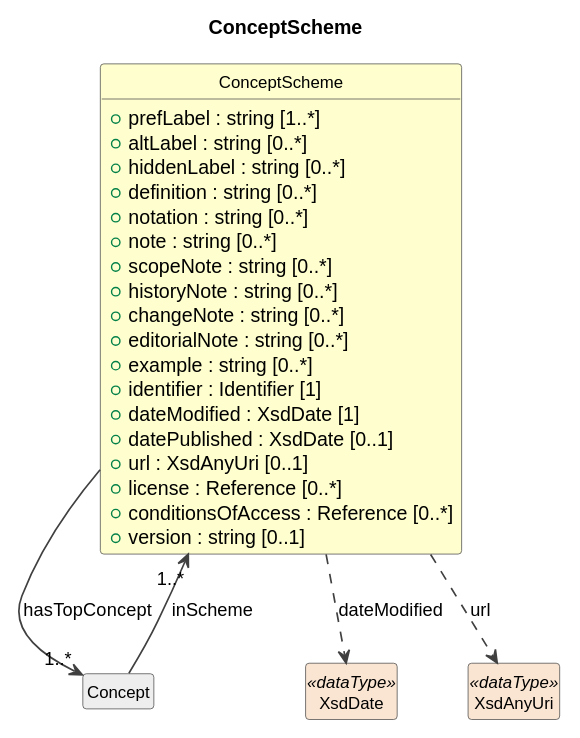
The PlantUML diagram cdif-uml-model/_plantuml/cdifCodelist/Classes/ConceptScheme.svg in Cross-Domain-Interoperability-Framework/metadataBuildingBlocks, before a commit.
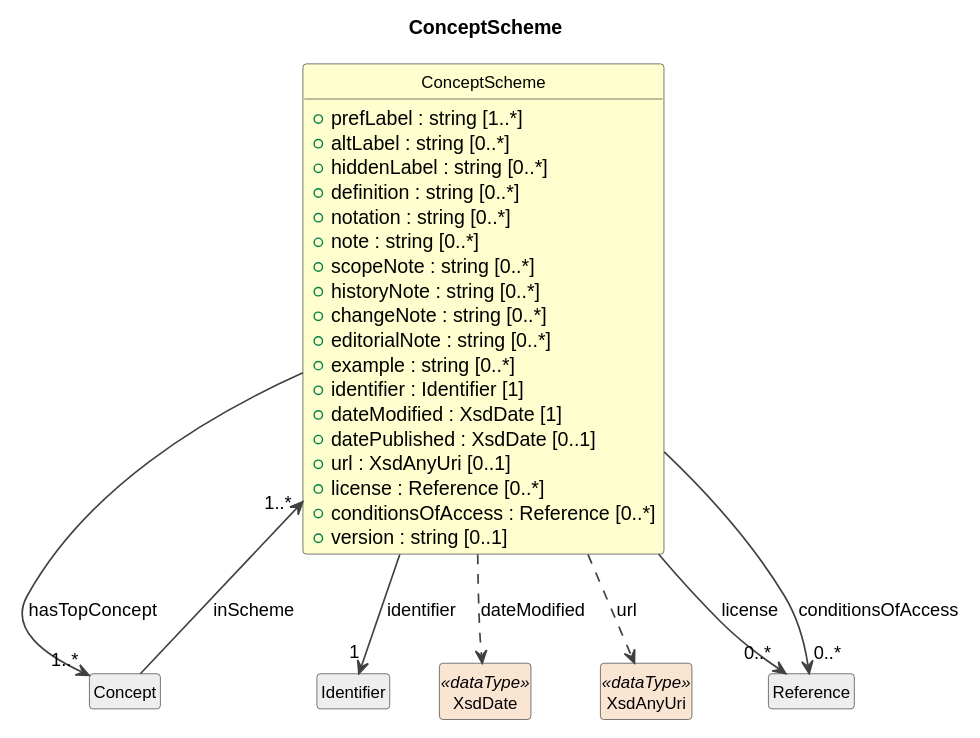
After the change.

Diff of the diagram source:
```diff
@@ -33,8 +33,13 @@
 class "Concept" as Concept #EEEEEE
 ConceptScheme --> "1..*" Concept : hasTopConcept
 Concept --> "1..*" ConceptScheme : inScheme
+class "Identifier" as Identifier #EEEEEE
+ConceptScheme --> "1" Identifier : identifier
 class "XsdDate" as XsdDate <<dataType>> #FAE5D3
 ConceptScheme ..> XsdDate : dateModified
 class "XsdAnyUri" as XsdAnyUri <<dataType>> #FAE5D3
 ConceptScheme ..> XsdAnyUri : url
+class "Reference" as Reference #EEEEEE
+ConceptScheme --> "0..*" Reference : license
+ConceptScheme --> "0..*" Reference : conditionsOfAccess
 @enduml
```
